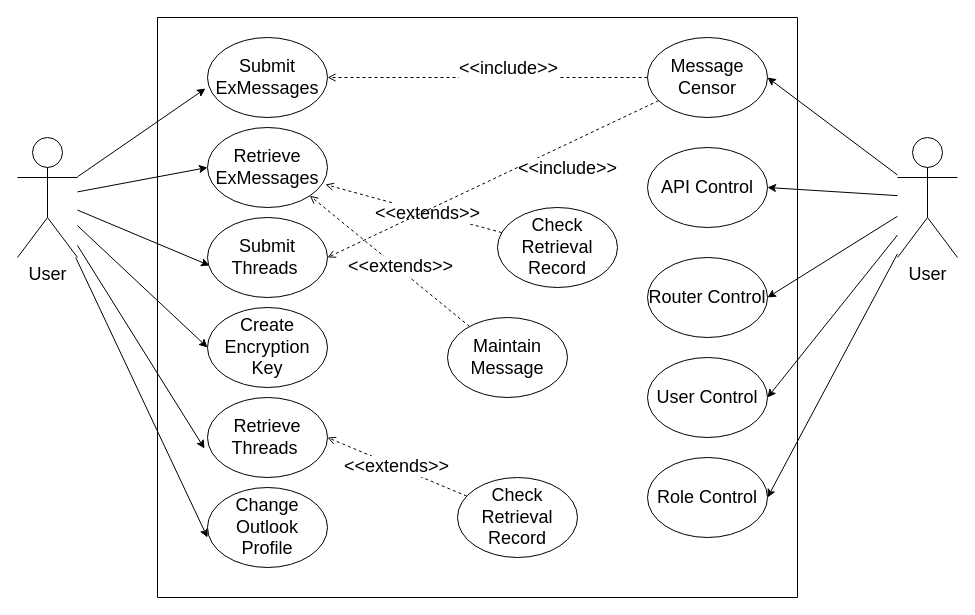
This is Untitled Diagram111.drawio from YIFENGSCOTT/gin-vue-admin, a draw.io file, before an edit. Source tidied: cells renumbered, new cells numbered last; positions are measured from the earlier drawing's top-left corner, leaving out a move shared by most shapes. Both pictures are drawn from the tidied source at 100%, with x=0, y=0 at pixel (17, 17).
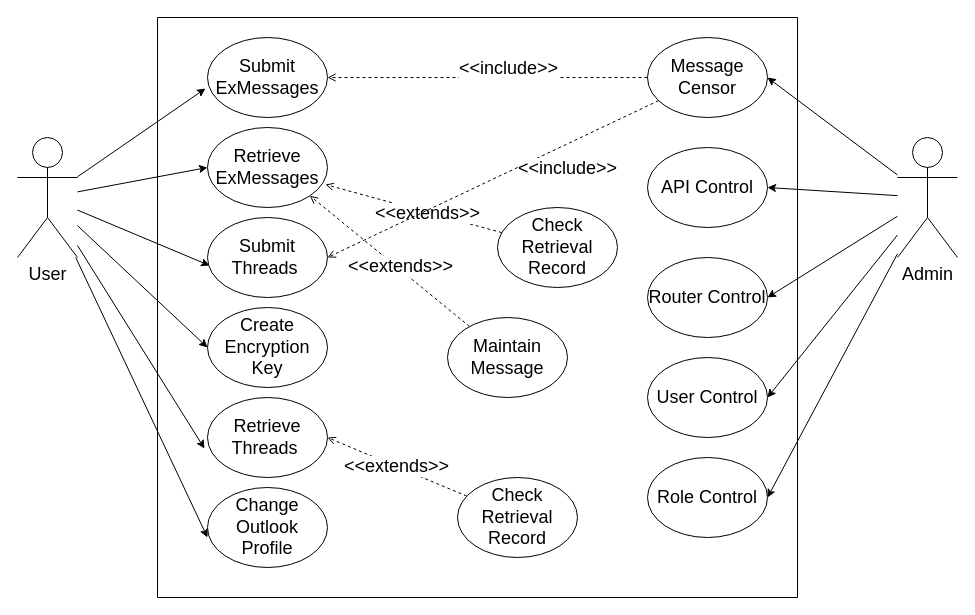
The same page after the edit.

Diff of the diagram source:
```diff
@@
-    <mxCell id="38" value="&lt;font style=&quot;font-size: 18px;&quot;&gt;User&lt;/font&gt;" style="shape=umlActor;verticalLabelPosition=bottom;verticalAlign=top;html=1;outlineConnect=0;" parent="1" vertex="1">
+    <mxCell id="38" value="&lt;font style=&quot;font-size: 18px;&quot;&gt;Admin&lt;br&gt;&lt;/font&gt;" style="shape=umlActor;verticalLabelPosition=bottom;verticalAlign=top;html=1;outlineConnect=0;" parent="1" vertex="1">
       <mxGeometry x="880" y="120" width="60" height="120" as="geometry" />
     </mxCell>
```
